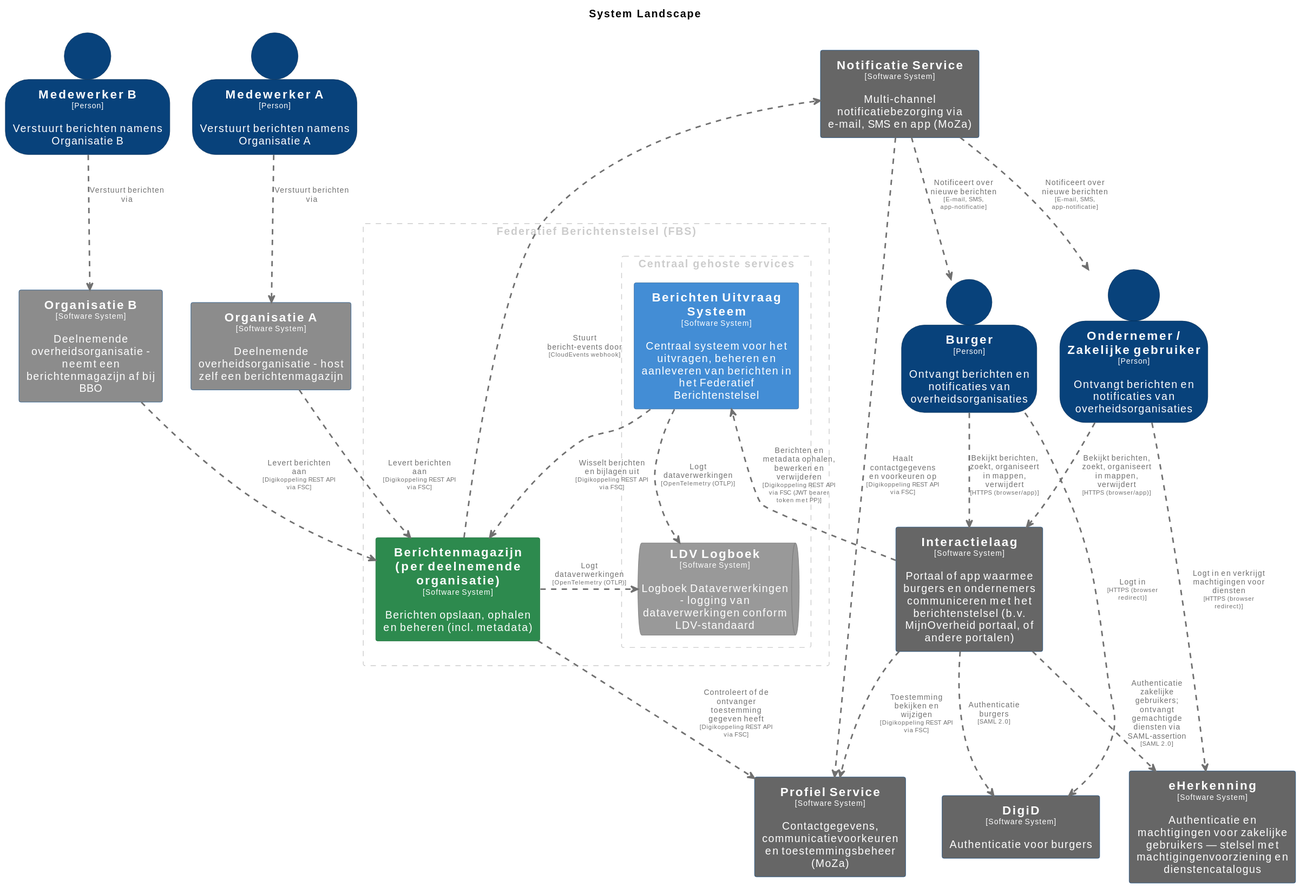
The PlantUML diagram pr-preview/pr-22/master/svg/SystemLandscape.svg in MinBZK/moza-poc-fbs-berichtenbox, before a commit. Its source is kept beside it as pr-preview/pr-22/master/puml/SystemLandscape.puml. Its diagram source:
```plantuml
@startuml
set separator none
title System Landscape

top to bottom direction
skinparam ranksep 60
skinparam nodesep 30

skinparam {
  arrowFontSize 10
  defaultTextAlignment center
  wrapWidth 200
  maxMessageSize 100
}

hide stereotype

skinparam rectangle<<BerichtenUitvraagSysteem>> {
  BackgroundColor #438dd5
  FontColor #ffffff
  BorderColor #2e6295
  shadowing false
}
skinparam rectangle<<Berichtenmagazijnperdeelnemendeorganisatie>> {
  BackgroundColor #2d8a4e
  FontColor #ffffff
  BorderColor #1e6b38
  shadowing false
}
skinparam person<<Burger>> {
  BackgroundColor #08427b
  FontColor #ffffff
  BorderColor #052e56
  shadowing false
}
skinparam rectangle<<DigiD>> {
  BackgroundColor #666666
  FontColor #ffffff
  BorderColor #0b4884
  shadowing false
}
skinparam rectangle<<Interactielaag>> {
  BackgroundColor #666666
  FontColor #ffffff
  BorderColor #0b4884
  shadowing false
}
skinparam queue<<LDVLogboek>> {
  BackgroundColor #999999
  FontColor #ffffff
  BorderColor #6b6b6b
  shadowing false
}
skinparam person<<MedewerkerA>> {
  BackgroundColor #08427b
  FontColor #ffffff
  BorderColor #052e56
  shadowing false
}
skinparam person<<MedewerkerB>> {
  BackgroundColor #08427b
  FontColor #ffffff
  BorderColor #052e56
  shadowing false
}
skinparam rectangle<<NotificatieService>> {
  BackgroundColor #666666
  FontColor #ffffff
  BorderColor #0b4884
  shadowing false
}
skinparam person<<OndernemerZakelijkegebruiker>> {
  BackgroundColor #08427b
  FontColor #ffffff
  BorderColor #052e56
  shadowing false
}
skinparam rectangle<<OrganisatieA>> {
  BackgroundColor #8c8c8c
  FontColor #ffffff
  BorderColor #0b4884
  shadowing false
}
skinparam rectangle<<OrganisatieB>> {
  BackgroundColor #8c8c8c
  FontColor #ffffff
  BorderColor #0b4884
  shadowing false
}
skinparam rectangle<<ProfielService>> {
  BackgroundColor #666666
  FontColor #ffffff
  BorderColor #0b4884
  shadowing false
}
skinparam rectangle<<eHerkenning>> {
  BackgroundColor #666666
  FontColor #ffffff
  BorderColor #0b4884
  shadowing false
}

rectangle "Federatief Berichtenstelsel (FBS)" <<group1>> as group1 {
  skinparam RectangleBorderColor<<group1>> #cccccc
  skinparam RectangleFontColor<<group1>> #cccccc
  skinparam RectangleBorderStyle<<group1>> dashed

  rectangle "==Berichtenmagazijn (per deelnemende organisatie)\n<size:10>[Software System]</size>\n\nBerichten opslaan, ophalen en beheren (incl. metadata)" <<Berichtenmagazijnperdeelnemendeorganisatie>> as Berichtenmagazijnperdeelnemendeorganisatie
    rectangle "Centraal gehoste services" <<group2>> as group2 {
      skinparam RectangleBorderColor<<group2>> #cccccc
      skinparam RectangleFontColor<<group2>> #cccccc
      skinparam RectangleBorderStyle<<group2>> dashed

      rectangle "==Berichten Uitvraag Systeem\n<size:10>[Software System]</size>\n\nCentraal systeem voor het uitvragen, beheren en aanleveren van berichten in het Federatief Berichtenstelsel" <<BerichtenUitvraagSysteem>> as BerichtenUitvraagSysteem
      queue "==LDV Logboek\n<size:10>[Software System]</size>\n\nLogboek Dataverwerkingen - logging van dataverwerkingen conform LDV-standaard" <<LDVLogboek>> as LDVLogboek
    }

}

person "==Burger\n<size:10>[Person]</size>\n\nOntvangt berichten en notificaties van overheidsorganisaties" <<Burger>> as Burger
rectangle "==Organisatie A\n<size:10>[Software System]</size>\n\nDeelnemende overheidsorganisatie - host zelf een berichtenmagazijn" <<OrganisatieA>> as OrganisatieA
rectangle "==Organisatie B\n<size:10>[Software System]</size>\n\nDeelnemende overheidsorganisatie - neemt een berichtenmagazijn af bij BBO" <<OrganisatieB>> as OrganisatieB
person "==Ondernemer / Zakelijke gebruiker\n<size:10>[Person]</size>\n\nOntvangt berichten en notificaties van overheidsorganisaties" <<OndernemerZakelijkegebruiker>> as OndernemerZakelijkegebruiker
person "==Medewerker A\n<size:10>[Person]</size>\n\nVerstuurt berichten namens Organisatie A" <<MedewerkerA>> as MedewerkerA
person "==Medewerker B\n<size:10>[Person]</size>\n\nVerstuurt berichten namens Organisatie B" <<MedewerkerB>> as MedewerkerB
rectangle "==Profiel Service\n<size:10>[Software System]</size>\n\nContactgegevens, communicatievoorkeuren en toestemmingsbeheer (MoZa)" <<ProfielService>> as ProfielService
rectangle "==Notificatie Service\n<size:10>[Software System]</size>\n\nMulti-channel notificatiebezorging via e-mail, SMS en app (MoZa)" <<NotificatieService>> as NotificatieService
rectangle "==Interactielaag\n<size:10>[Software System]</size>\n\nPortaal of app waarmee burgers en ondernemers communiceren met het berichtenstelsel (b.v. MijnOverheid portaal, of andere portalen)" <<Interactielaag>> as Interactielaag
rectangle "==eHerkenning\n<size:10>[Software System]</size>\n\nAuthenticatie en machtigingen voor zakelijke gebruikers — stelsel met machtigingenvoorziening en dienstencatalogus" <<eHerkenning>> as eHerkenning
rectangle "==DigiD\n<size:10>[Software System]</size>\n\nAuthenticatie voor burgers" <<DigiD>> as DigiD

Berichtenmagazijnperdeelnemendeorganisatie .[#707070,thickness=2].> LDVLogboek : "<color:#707070>Logt dataverwerkingen\n<color:#707070><size:8>[OpenTelemetry (OTLP)]</size>"
BerichtenUitvraagSysteem .[#707070,thickness=2].> LDVLogboek : "<color:#707070>Logt dataverwerkingen\n<color:#707070><size:8>[OpenTelemetry (OTLP)]</size>"
BerichtenUitvraagSysteem .[#707070,thickness=2].> Berichtenmagazijnperdeelnemendeorganisatie : "<color:#707070>Wisselt berichten en bijlagen uit\n<color:#707070><size:8>[Digikoppeling REST API via FSC]</size>"
MedewerkerA .[#707070,thickness=2].> OrganisatieA : "<color:#707070>Verstuurt berichten via"
MedewerkerB .[#707070,thickness=2].> OrganisatieB : "<color:#707070>Verstuurt berichten via"
Burger .[#707070,thickness=2].> Interactielaag : "<color:#707070>Bekijkt berichten, zoekt, organiseert in mappen, verwijdert\n<color:#707070><size:8>[HTTPS (browser/app)]</size>"
Burger .[#707070,thickness=2].> DigiD : "<color:#707070>Logt in\n<color:#707070><size:8>[HTTPS (browser redirect)]</size>"
OndernemerZakelijkegebruiker .[#707070,thickness=2].> Interactielaag : "<color:#707070>Bekijkt berichten, zoekt, organiseert in mappen, verwijdert\n<color:#707070><size:8>[HTTPS (browser/app)]</size>"
OndernemerZakelijkegebruiker .[#707070,thickness=2].> eHerkenning : "<color:#707070>Logt in en verkrijgt machtigingen voor diensten\n<color:#707070><size:8>[HTTPS (browser redirect)]</size>"
NotificatieService .[#707070,thickness=2].> Burger : "<color:#707070>Notificeert over nieuwe berichten\n<color:#707070><size:8>[E-mail, SMS, app-notificatie]</size>"
NotificatieService .[#707070,thickness=2].> OndernemerZakelijkegebruiker : "<color:#707070>Notificeert over nieuwe berichten\n<color:#707070><size:8>[E-mail, SMS, app-notificatie]</size>"
Interactielaag .[#707070,thickness=2].> BerichtenUitvraagSysteem : "<color:#707070>Berichten en metadata ophalen, bewerken en verwijderen\n<color:#707070><size:8>[Digikoppeling REST API via FSC (JWT bearer token met PP)]</size>"
Interactielaag .[#707070,thickness=2].> ProfielService : "<color:#707070>Toestemming bekijken en wijzigen\n<color:#707070><size:8>[Digikoppeling REST API via FSC]</size>"
Interactielaag .[#707070,thickness=2].> DigiD : "<color:#707070>Authenticatie burgers\n<color:#707070><size:8>[SAML 2.0]</size>"
Interactielaag .[#707070,thickness=2].> eHerkenning : "<color:#707070>Authenticatie zakelijke gebruikers; ontvangt gemachtigde diensten via SAML-assertion\n<color:#707070><size:8>[SAML 2.0]</size>"
Berichtenmagazijnperdeelnemendeorganisatie .[#707070,thickness=2].> NotificatieService : "<color:#707070>Stuurt bericht-events door\n<color:#707070><size:8>[CloudEvents webhook]</size>"
NotificatieService .[#707070,thickness=2].> ProfielService : "<color:#707070>Haalt contactgegevens en voorkeuren op\n<color:#707070><size:8>[Digikoppeling REST API via FSC]</size>"
OrganisatieA .[#707070,thickness=2].> Berichtenmagazijnperdeelnemendeorganisatie : "<color:#707070>Levert berichten aan\n<color:#707070><size:8>[Digikoppeling REST API via FSC]</size>"
OrganisatieB .[#707070,thickness=2].> Berichtenmagazijnperdeelnemendeorganisatie : "<color:#707070>Levert berichten aan\n<color:#707070><size:8>[Digikoppeling REST API via FSC]</size>"
Berichtenmagazijnperdeelnemendeorganisatie .[#707070,thickness=2].> ProfielService : "<color:#707070>Controleert of de ontvanger toestemming gegeven heeft\n<color:#707070><size:8>[Digikoppeling REST API via FSC]</size>"
@enduml
```
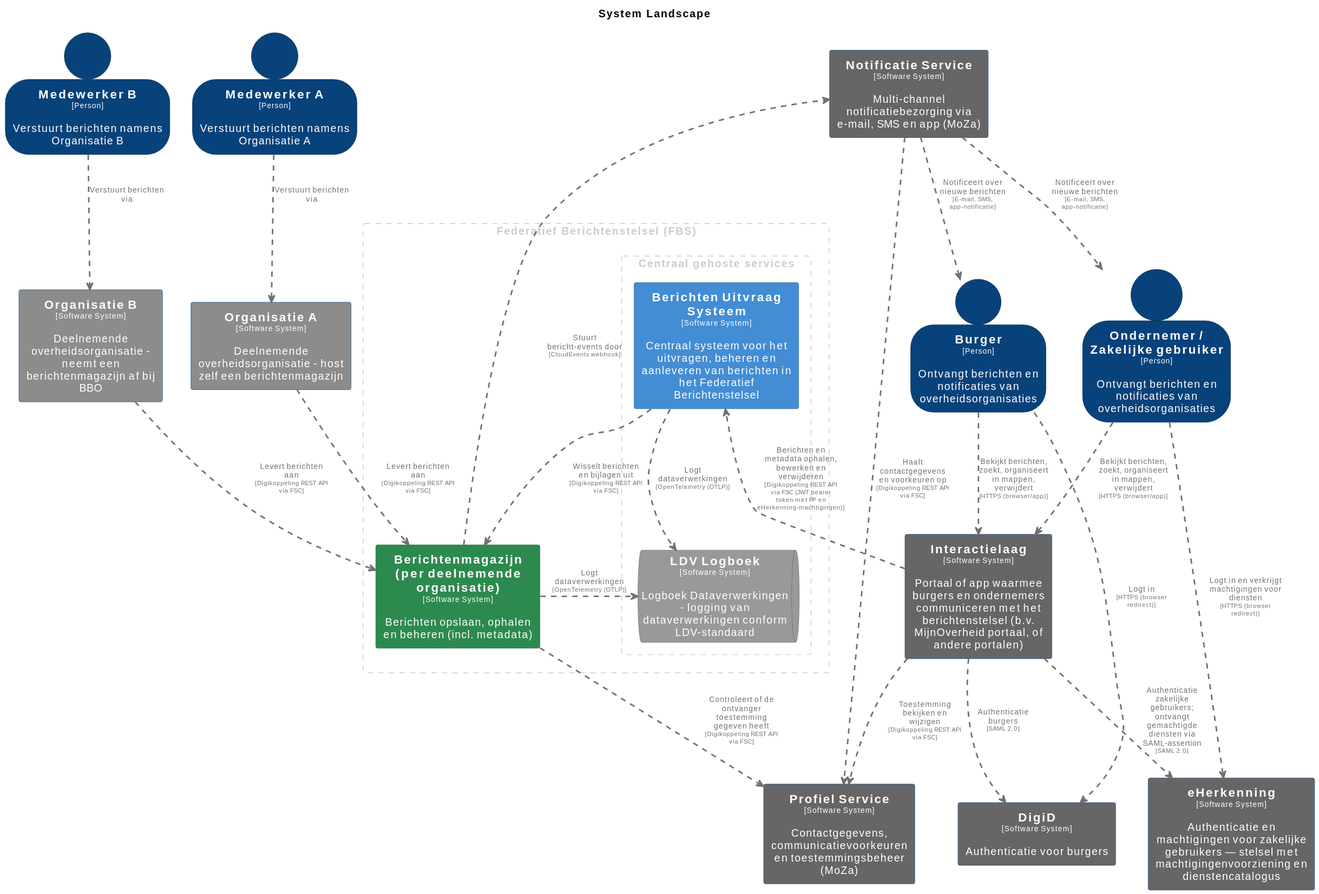
After the change.

Change to the diagram source:
```diff
@@ -140,7 +140,7 @@
 OndernemerZakelijkegebruiker .[#707070,thickness=2].> eHerkenning : "<color:#707070>Logt in en verkrijgt machtigingen voor diensten\n<color:#707070><size:8>[HTTPS (browser redirect)]</size>"
 NotificatieService .[#707070,thickness=2].> Burger : "<color:#707070>Notificeert over nieuwe berichten\n<color:#707070><size:8>[E-mail, SMS, app-notificatie]</size>"
 NotificatieService .[#707070,thickness=2].> OndernemerZakelijkegebruiker : "<color:#707070>Notificeert over nieuwe berichten\n<color:#707070><size:8>[E-mail, SMS, app-notificatie]</size>"
-Interactielaag .[#707070,thickness=2].> BerichtenUitvraagSysteem : "<color:#707070>Berichten en metadata ophalen, bewerken en verwijderen\n<color:#707070><size:8>[Digikoppeling REST API via FSC (JWT bearer token met PP)]</size>"
+Interactielaag .[#707070,thickness=2].> BerichtenUitvraagSysteem : "<color:#707070>Berichten en metadata ophalen, bewerken en verwijderen\n<color:#707070><size:8>[Digikoppeling REST API via FSC (JWT bearer token met PP en eHerkenning-machtigingen)]</size>"
 Interactielaag .[#707070,thickness=2].> ProfielService : "<color:#707070>Toestemming bekijken en wijzigen\n<color:#707070><size:8>[Digikoppeling REST API via FSC]</size>"
 Interactielaag .[#707070,thickness=2].> DigiD : "<color:#707070>Authenticatie burgers\n<color:#707070><size:8>[SAML 2.0]</size>"
 Interactielaag .[#707070,thickness=2].> eHerkenning : "<color:#707070>Authenticatie zakelijke gebruikers; ontvangt gemachtigde diensten via SAML-assertion\n<color:#707070><size:8>[SAML 2.0]</size>"
```
